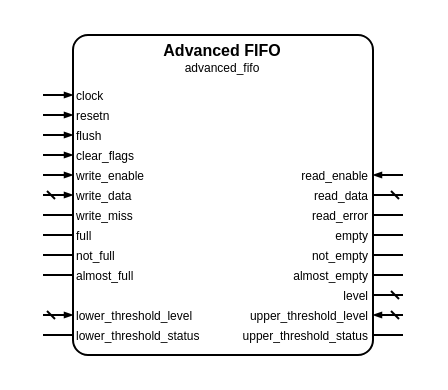
The draw.io diagram sources/data/access_enable/advanced_fifo/advanced_fifo.symbol.drawio in Louis-DR/OmniCores-BuildingBlocks, before the edit. Source tidied: cells renumbered, new cells numbered last; positions are measured from the earlier drawing's top-left corner, leaving out a move shared by most shapes. Both pictures are drawn from the tidied source at 200%, with x=0, y=0 at pixel (42, 34).
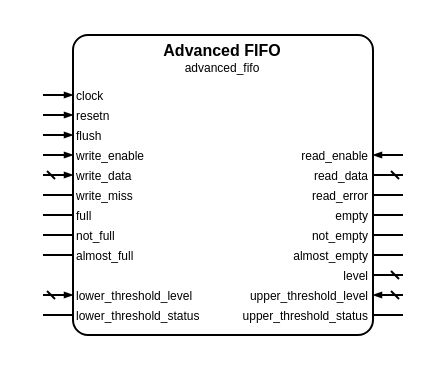
Above is the later version.

Commit message (it also covers changes not shown here):
[Change] Write miss and read error of advanced access-enable FIFOs are no longer registered flag that need clearing, but instead are pulse notification signals

Diff of the diagram source:
```diff
@@
     <mxCell id="2" style="group;" parent="1" vertex="1">
-      <mxGeometry width="180" height="160" as="geometry" />
+      <mxGeometry width="180" height="150" as="geometry" />
     </mxCell>
     <mxCell id="3" style="rounded=1;arcSize=5;fillColor=none;strokeWidth=1;strokeColor=black;whiteSpace=wrap;html=1;" parent="2" vertex="1">
-      <mxGeometry x="15" width="150" height="160" as="geometry" />
+      <mxGeometry x="15" width="150" height="150" as="geometry" />
     </mxCell>
@@
-    <mxCell id="12" value="clear_flags" style="text;html=1;align=left;verticalAlign=middle;whiteSpace=wrap;rounded=0;fontSize=6;fontStyle=0;fontColor=black;" parent="2" vertex="1">
-      <mxGeometry x="15" y="60" width="150" as="geometry" />
-    </mxCell>
-    <mxCell id="13" style="html=1;rounded=1;strokeWidth=1;strokeColor=black;startFill=0;startSize=2;startArrow=none;endFill=1;endSize=2;endArrow=blockThin;sourcePerimeterSpacing=0;" parent="2" edge="1">
-      <mxGeometry relative="1" as="geometry">
-        <mxPoint y="60" as="sourcePoint" />
-        <mxPoint x="15" y="60" as="targetPoint" />
-      </mxGeometry>
-    </mxCell>
     <mxCell id="14" value="write_enable" style="text;html=1;align=left;verticalAlign=middle;whiteSpace=wrap;rounded=0;fontSize=6;fontStyle=0;fontColor=black;" parent="2" vertex="1">
-      <mxGeometry x="15" y="70" width="150" as="geometry" />
+      <mxGeometry x="15" y="60" width="150" as="geometry" />
     </mxCell>
     <mxCell id="15" style="html=1;rounded=1;strokeWidth=1;strokeColor=black;startFill=0;startSize=2;startArrow=none;endFill=1;endSize=2;endArrow=blockThin;sourcePerimeterSpacing=0;" parent="2" edge="1">
       <mxGeometry relative="1" as="geometry">
-        <mxPoint y="70" as="sourcePoint" />
-        <mxPoint x="15" y="70" as="targetPoint" />
+        <mxPoint y="60" as="sourcePoint" />
+        <mxPoint x="15" y="60" as="targetPoint" />
       </mxGeometry>
     </mxCell>
     <mxCell id="16" value="read_enable" style="text;html=1;align=right;verticalAlign=middle;whiteSpace=wrap;rounded=0;fontSize=6;fontStyle=0;fontColor=black;" parent="2" vertex="1">
-      <mxGeometry x="15" y="70" width="150" as="geometry" />
+      <mxGeometry x="15" y="60" width="150" as="geometry" />
     </mxCell>
     <mxCell id="17" style="html=1;rounded=1;strokeWidth=1;strokeColor=black;startFill=0;startSize=2;startArrow=none;endFill=1;endSize=2;endArrow=blockThin;sourcePerimeterSpacing=0;" parent="2" edge="1">
       <mxGeometry relative="1" as="geometry">
-        <mxPoint x="180" y="70" as="sourcePoint" />
-        <mxPoint x="165" y="70" as="targetPoint" />
+        <mxPoint x="180" y="60" as="sourcePoint" />
+        <mxPoint x="165" y="60" as="targetPoint" />
       </mxGeometry>
     </mxCell>
     <mxCell id="18" value="write_data" style="text;html=1;align=left;verticalAlign=middle;whiteSpace=wrap;rounded=0;fontSize=6;fontStyle=0;fontColor=black;" parent="2" vertex="1">
-      <mxGeometry x="15" y="80" width="150" as="geometry" />
+      <mxGeometry x="15" y="70" width="150" as="geometry" />
     </mxCell>
     <mxCell id="19" style="html=1;rounded=1;strokeWidth=1;strokeColor=black;startFill=0;startSize=2;startArrow=dash;endFill=1;endSize=2;endArrow=blockThin;sourcePerimeterSpacing=0;" parent="2" edge="1">
       <mxGeometry relative="1" as="geometry">
-        <mxPoint y="80" as="sourcePoint" />
-        <mxPoint x="15" y="80" as="targetPoint" />
+        <mxPoint y="70" as="sourcePoint" />
+        <mxPoint x="15" y="70" as="targetPoint" />
       </mxGeometry>
     </mxCell>
     <mxCell id="20" value="read_data" style="text;html=1;align=right;verticalAlign=middle;whiteSpace=wrap;rounded=0;fontSize=6;fontStyle=0;fontColor=black;" parent="2" vertex="1">
-      <mxGeometry x="15" y="80" width="150" as="geometry" />
+      <mxGeometry x="15" y="70" width="150" as="geometry" />
     </mxCell>
     <mxCell id="21" style="html=1;rounded=1;strokeWidth=1;strokeColor=black;startFill=0;startSize=2;startArrow=dash;endFill=1;endSize=2;endArrow=none;sourcePerimeterSpacing=0;" parent="2" edge="1">
       <mxGeometry relative="1" as="geometry">
-        <mxPoint x="180" y="80" as="sourcePoint" />
-        <mxPoint x="165" y="80" as="targetPoint" />
+        <mxPoint x="180" y="70" as="sourcePoint" />
+        <mxPoint x="165" y="70" as="targetPoint" />
       </mxGeometry>
     </mxCell>
     <mxCell id="22" value="write_miss" style="text;html=1;align=left;verticalAlign=middle;whiteSpace=wrap;rounded=0;fontSize=6;fontStyle=0;fontColor=black;" parent="2" vertex="1">
-      <mxGeometry x="15" y="90" width="150" as="geometry" />
+      <mxGeometry x="15" y="80" width="150" as="geometry" />
     </mxCell>
     <mxCell id="23" style="html=1;rounded=1;strokeWidth=1;strokeColor=black;startFill=0;startSize=2;startArrow=none;endFill=1;endSize=2;endArrow=none;sourcePerimeterSpacing=0;" parent="2" edge="1">
       <mxGeometry relative="1" as="geometry">
-        <mxPoint y="90" as="sourcePoint" />
-        <mxPoint x="15" y="90" as="targetPoint" />
+        <mxPoint y="80" as="sourcePoint" />
+        <mxPoint x="15" y="80" as="targetPoint" />
       </mxGeometry>
     </mxCell>
     <mxCell id="24" value="read_error" style="text;html=1;align=right;verticalAlign=middle;whiteSpace=wrap;rounded=0;fontSize=6;fontStyle=0;fontColor=black;" parent="2" vertex="1">
-      <mxGeometry x="15" y="90" width="150" as="geometry" />
+      <mxGeometry x="15" y="80" width="150" as="geometry" />
     </mxCell>
     <mxCell id="25" style="html=1;rounded=1;strokeWidth=1;strokeColor=black;startFill=0;startSize=2;startArrow=none;endFill=1;endSize=2;endArrow=none;sourcePerimeterSpacing=0;" parent="2" edge="1">
       <mxGeometry relative="1" as="geometry">
-        <mxPoint x="180" y="90" as="sourcePoint" />
-        <mxPoint x="165" y="90" as="targetPoint" />
+        <mxPoint x="180" y="80" as="sourcePoint" />
+        <mxPoint x="165" y="80" as="targetPoint" />
       </mxGeometry>
     </mxCell>
     <mxCell id="26" value="full" style="text;html=1;align=left;verticalAlign=middle;whiteSpace=wrap;rounded=0;fontSize=6;fontStyle=0;fontColor=black;" parent="2" vertex="1">
-      <mxGeometry x="15" y="100" width="150" as="geometry" />
+      <mxGeometry x="15" y="90" width="150" as="geometry" />
     </mxCell>
     <mxCell id="27" style="html=1;rounded=1;strokeWidth=1;strokeColor=black;startFill=0;startSize=2;startArrow=none;endFill=1;endSize=2;endArrow=none;sourcePerimeterSpacing=0;" parent="2" edge="1">
       <mxGeometry relative="1" as="geometry">
-        <mxPoint y="100" as="sourcePoint" />
-        <mxPoint x="15" y="100" as="targetPoint" />
+        <mxPoint y="90" as="sourcePoint" />
+        <mxPoint x="15" y="90" as="targetPoint" />
       </mxGeometry>
     </mxCell>
     <mxCell id="28" value="empty" style="text;html=1;align=right;verticalAlign=middle;whiteSpace=wrap;rounded=0;fontSize=6;fontStyle=0;fontColor=black;" parent="2" vertex="1">
-      <mxGeometry x="15" y="100" width="150" as="geometry" />
+      <mxGeometry x="15" y="90" width="150" as="geometry" />
     </mxCell>
     <mxCell id="29" style="html=1;rounded=1;strokeWidth=1;strokeColor=black;startFill=0;startSize=2;startArrow=none;endFill=1;endSize=2;endArrow=none;sourcePerimeterSpacing=0;" parent="2" edge="1">
       <mxGeometry relative="1" as="geometry">
-        <mxPoint x="180" y="100" as="sourcePoint" />
-        <mxPoint x="165" y="100" as="targetPoint" />
+        <mxPoint x="180" y="90" as="sourcePoint" />
+        <mxPoint x="165" y="90" as="targetPoint" />
       </mxGeometry>
     </mxCell>
     <mxCell id="30" value="not_full" style="text;html=1;align=left;verticalAlign=middle;whiteSpace=wrap;rounded=0;fontSize=6;fontStyle=0;fontColor=black;" parent="2" vertex="1">
-      <mxGeometry x="15" y="110" width="150" as="geometry" />
+      <mxGeometry x="15" y="100" width="150" as="geometry" />
     </mxCell>
     <mxCell id="31" style="html=1;rounded=1;strokeWidth=1;strokeColor=black;startFill=0;startSize=2;startArrow=none;endFill=1;endSize=2;endArrow=none;sourcePerimeterSpacing=0;" parent="2" edge="1">
       <mxGeometry relative="1" as="geometry">
-        <mxPoint y="110" as="sourcePoint" />
-        <mxPoint x="15" y="110" as="targetPoint" />
+        <mxPoint y="100" as="sourcePoint" />
+        <mxPoint x="15" y="100" as="targetPoint" />
       </mxGeometry>
     </mxCell>
     <mxCell id="32" value="not_empty" style="text;html=1;align=right;verticalAlign=middle;whiteSpace=wrap;rounded=0;fontSize=6;fontStyle=0;fontColor=black;" parent="2" vertex="1">
-      <mxGeometry x="15" y="110" width="150" as="geometry" />
+      <mxGeometry x="15" y="100" width="150" as="geometry" />
     </mxCell>
     <mxCell id="33" style="html=1;rounded=1;strokeWidth=1;strokeColor=black;startFill=0;startSize=2;startArrow=none;endFill=1;endSize=2;endArrow=none;sourcePerimeterSpacing=0;" parent="2" edge="1">
       <mxGeometry relative="1" as="geometry">
-        <mxPoint x="180" y="110" as="sourcePoint" />
-        <mxPoint x="165" y="110" as="targetPoint" />
+        <mxPoint x="180" y="100" as="sourcePoint" />
+        <mxPoint x="165" y="100" as="targetPoint" />
       </mxGeometry>
     </mxCell>
     <mxCell id="34" value="almost_full" style="text;html=1;align=left;verticalAlign=middle;whiteSpace=wrap;rounded=0;fontSize=6;fontStyle=0;fontColor=black;" parent="2" vertex="1">
-      <mxGeometry x="15" y="120" width="150" as="geometry" />
+      <mxGeometry x="15" y="110" width="150" as="geometry" />
     </mxCell>
     <mxCell id="35" style="html=1;rounded=1;strokeWidth=1;strokeColor=black;startFill=0;startSize=2;startArrow=none;endFill=1;endSize=2;endArrow=none;sourcePerimeterSpacing=0;" parent="2" edge="1">
       <mxGeometry relative="1" as="geometry">
-        <mxPoint y="120" as="sourcePoint" />
-        <mxPoint x="15" y="120" as="targetPoint" />
+        <mxPoint y="110" as="sourcePoint" />
+        <mxPoint x="15" y="110" as="targetPoint" />
       </mxGeometry>
     </mxCell>
     <mxCell id="36" value="almost_empty" style="text;html=1;align=right;verticalAlign=middle;whiteSpace=wrap;rounded=0;fontSize=6;fontStyle=0;fontColor=black;" parent="2" vertex="1">
-      <mxGeometry x="15" y="120" width="150" as="geometry" />
+      <mxGeometry x="15" y="110" width="150" as="geometry" />
     </mxCell>
     <mxCell id="37" style="html=1;rounded=1;strokeWidth=1;strokeColor=black;startFill=0;startSize=2;startArrow=none;endFill=1;endSize=2;endArrow=none;sourcePerimeterSpacing=0;" parent="2" edge="1">
       <mxGeometry relative="1" as="geometry">
-        <mxPoint x="180" y="120" as="sourcePoint" />
-        <mxPoint x="165" y="120" as="targetPoint" />
+        <mxPoint x="180" y="110" as="sourcePoint" />
+        <mxPoint x="165" y="110" as="targetPoint" />
       </mxGeometry>
     </mxCell>
     <mxCell id="38" value="level" style="text;html=1;align=right;verticalAlign=middle;whiteSpace=wrap;rounded=0;fontSize=6;fontStyle=0;fontColor=black;" parent="2" vertex="1">
-      <mxGeometry x="15" y="130" width="150" as="geometry" />
+      <mxGeometry x="15" y="120" width="150" as="geometry" />
     </mxCell>
     <mxCell id="39" style="html=1;rounded=1;strokeWidth=1;strokeColor=black;startFill=0;startSize=2;startArrow=dash;endFill=1;endSize=2;endArrow=none;sourcePerimeterSpacing=0;" parent="2" edge="1">
       <mxGeometry relative="1" as="geometry">
-        <mxPoint x="180" y="130" as="sourcePoint" />
-        <mxPoint x="165" y="130" as="targetPoint" />
+        <mxPoint x="180" y="120" as="sourcePoint" />
+        <mxPoint x="165" y="120" as="targetPoint" />
       </mxGeometry>
     </mxCell>
     <mxCell id="40" value="lower_threshold_level" style="text;html=1;align=left;verticalAlign=middle;whiteSpace=wrap;rounded=0;fontSize=6;fontStyle=0;fontColor=black;" parent="2" vertex="1">
-      <mxGeometry x="15" y="140" width="150" as="geometry" />
+      <mxGeometry x="15" y="130" width="150" as="geometry" />
     </mxCell>
     <mxCell id="41" style="html=1;rounded=1;strokeWidth=1;strokeColor=black;startFill=0;startSize=2;startArrow=dash;endFill=1;endSize=2;endArrow=blockThin;sourcePerimeterSpacing=0;" parent="2" edge="1">
       <mxGeometry relative="1" as="geometry">
-        <mxPoint y="140" as="sourcePoint" />
-        <mxPoint x="15" y="140" as="targetPoint" />
+        <mxPoint y="130" as="sourcePoint" />
+        <mxPoint x="15" y="130" as="targetPoint" />
       </mxGeometry>
     </mxCell>
     <mxCell id="42" value="upper_threshold_level" style="text;html=1;align=right;verticalAlign=middle;whiteSpace=wrap;rounded=0;fontSize=6;fontStyle=0;fontColor=black;" parent="2" vertex="1">
-      <mxGeometry x="15" y="140" width="150" as="geometry" />
+      <mxGeometry x="15" y="130" width="150" as="geometry" />
     </mxCell>
     <mxCell id="43" style="html=1;rounded=1;strokeWidth=1;strokeColor=black;startFill=0;startSize=2;startArrow=dash;endFill=1;endSize=2;endArrow=blockThin;sourcePerimeterSpacing=0;" parent="2" edge="1">
       <mxGeometry relative="1" as="geometry">
-        <mxPoint x="180" y="140" as="sourcePoint" />
-        <mxPoint x="165" y="140" as="targetPoint" />
+        <mxPoint x="180" y="130" as="sourcePoint" />
+        <mxPoint x="165" y="130" as="targetPoint" />
       </mxGeometry>
     </mxCell>
     <mxCell id="44" value="lower_threshold_status" style="text;html=1;align=left;verticalAlign=middle;whiteSpace=wrap;rounded=0;fontSize=6;fontStyle=0;fontColor=black;" parent="2" vertex="1">
-      <mxGeometry x="15" y="150" width="150" as="geometry" />
+      <mxGeometry x="15" y="140" width="150" as="geometry" />
     </mxCell>
     <mxCell id="45" style="html=1;rounded=1;strokeWidth=1;strokeColor=black;startFill=0;startSize=2;startArrow=none;endFill=1;endSize=2;endArrow=none;sourcePerimeterSpacing=0;" parent="2" edge="1">
       <mxGeometry relative="1" as="geometry">
-        <mxPoint y="150" as="sourcePoint" />
-        <mxPoint x="15" y="150" as="targetPoint" />
+        <mxPoint y="140" as="sourcePoint" />
+        <mxPoint x="15" y="140" as="targetPoint" />
       </mxGeometry>
     </mxCell>
     <mxCell id="46" value="upper_threshold_status" style="text;html=1;align=right;verticalAlign=middle;whiteSpace=wrap;rounded=0;fontSize=6;fontStyle=0;fontColor=black;" parent="2" vertex="1">
-      <mxGeometry x="15" y="150" width="150" as="geometry" />
+      <mxGeometry x="15" y="140" width="150" as="geometry" />
     </mxCell>
     <mxCell id="47" style="html=1;rounded=1;strokeWidth=1;strokeColor=black;startFill=0;startSize=2;startArrow=none;endFill=1;endSize=2;endArrow=none;sourcePerimeterSpacing=0;" parent="2" edge="1">
       <mxGeometry relative="1" as="geometry">
-        <mxPoint x="180" y="150" as="sourcePoint" />
-        <mxPoint x="165" y="150" as="targetPoint" />
+        <mxPoint x="180" y="140" as="sourcePoint" />
+        <mxPoint x="165" y="140" as="targetPoint" />
       </mxGeometry>
     </mxCell>
```
